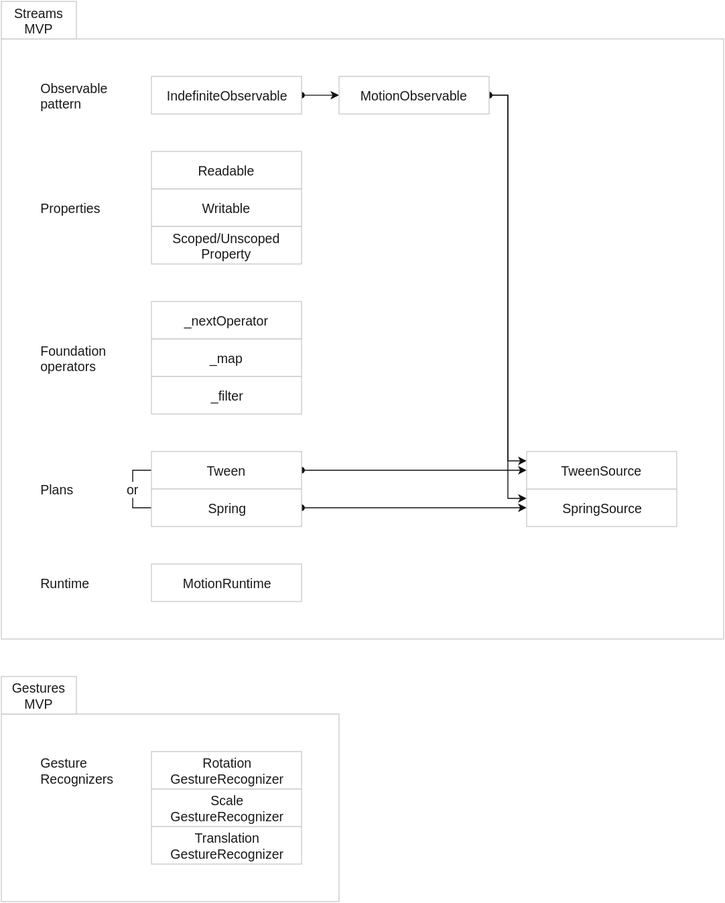
material-motion/material-motion keeps this draw.io diagram as assets/tech-tree-features.svg. Above is the earlier version. Source tidied: cells renumbered, new cells last; positions are measured from the earlier drawing's top-left corner, leaving out a move shared by most shapes.
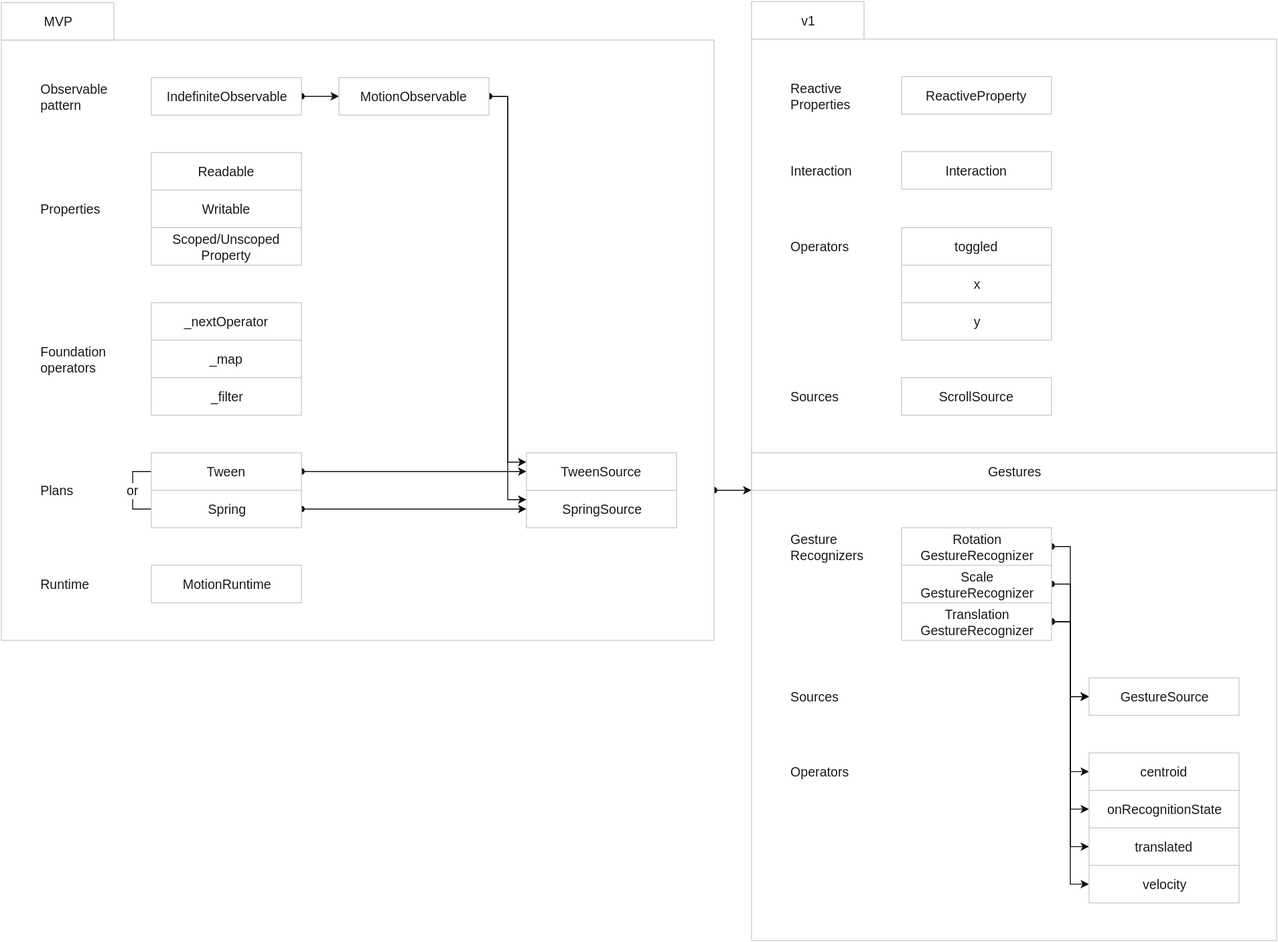
The same diagram one commit later.

Commit message:
Tech tree.

Diff of the diagram source:
```diff
@@ -1,9 +1,15 @@
-<mxGraphModel background="#ffffff">
+<mxGraphModel>
   <root>
     <mxCell id="0" />
     <mxCell id="1" parent="0" />
+    <mxCell id="34" style="whiteSpace=wrap;html=1;labelBackgroundColor=none;strokeColor=#CCCCCC;strokeWidth=1;fillColor=#FFFFFF;gradientColor=none;fontFamily=Helvetica;fontSize=14;fontColor=#1A1A1A;align=center;" parent="1" vertex="1">
+      <mxGeometry x="800" y="39" width="560" height="961" as="geometry" />
+    </mxCell>
+    <mxCell id="35" style="edgeStyle=orthogonalEdgeStyle;rounded=0;html=1;exitX=1;exitY=0.75;entryX=0;entryY=0.5;labelBackgroundColor=#FFFFFF;startArrow=oval;startFill=1;endArrow=classic;endFill=1;jettySize=auto;strokeColor=#111;strokeWidth=1;fillColor=#ffffff;fontFamily=Helvetica;fontSize=14;fontColor=#1A1A1A;" parent="1" edge="1" source="2" target="34">
+      <mxGeometry relative="1" as="geometry" />
+    </mxCell>
     <mxCell id="2" style="whiteSpace=wrap;html=1;labelBackgroundColor=none;strokeColor=#CCCCCC;strokeWidth=1;fillColor=#FFFFFF;gradientColor=none;fontFamily=Helvetica;fontSize=14;fontColor=#1A1A1A;align=center;" parent="1" vertex="1">
-      <mxGeometry y="40" width="770" height="640" as="geometry" />
+      <mxGeometry y="40" width="760" height="640" as="geometry" />
     </mxCell>
     <mxCell id="3" style="edgeStyle=orthogonalEdgeStyle;rounded=0;html=1;exitX=1;exitY=0.5;entryX=0;entryY=0.5;labelBackgroundColor=#FFFFFF;startArrow=oval;startFill=1;endArrow=classic;endFill=1;jettySize=auto;strokeColor=#111;strokeWidth=1;fillColor=#ffffff;fontFamily=Helvetica;fontSize=14;fontColor=#1A1A1A;" parent="1" edge="1" source="4" target="7">
       <mxGeometry relative="1" as="geometry" />
@@ -77,26 +83,98 @@
     <mxCell id="26" value="Runtime" style="text;html=1;strokeColor=none;fillColor=none;align=left;verticalAlign=middle;whiteSpace=wrap;labelBackgroundColor=none;fontFamily=Helvetica;fontSize=14;fontColor=#1A1A1A;" parent="1" vertex="1">
       <mxGeometry x="40" y="600" width="80" height="40" as="geometry" />
     </mxCell>
-    <mxCell id="27" value="&lt;span&gt;Streams MVP&lt;/span&gt;" style="whiteSpace=wrap;html=1;labelBackgroundColor=none;strokeColor=#CCCCCC;strokeWidth=1;fillColor=#FFFFFF;gradientColor=none;fontFamily=Helvetica;fontSize=14;fontColor=#1A1A1A;align=center;" parent="1" vertex="1">
-      <mxGeometry width="80" height="40" as="geometry" />
+    <mxCell id="27" value="&lt;span&gt;MVP&lt;/span&gt;" style="whiteSpace=wrap;html=1;labelBackgroundColor=none;strokeColor=#CCCCCC;strokeWidth=1;fillColor=#FFFFFF;gradientColor=none;fontFamily=Helvetica;fontSize=14;fontColor=#1A1A1A;align=center;" parent="1" vertex="1">
+      <mxGeometry width="120" height="40" as="geometry" />
     </mxCell>
-    <mxCell id="28" style="whiteSpace=wrap;html=1;labelBackgroundColor=none;strokeColor=#CCCCCC;strokeWidth=1;fillColor=#FFFFFF;gradientColor=none;fontFamily=Helvetica;fontSize=14;fontColor=#1A1A1A;align=center;" parent="1" vertex="1">
-      <mxGeometry y="760" width="360" height="200" as="geometry" />
-    </mxCell>
+    <mxCell id="36" value="ReactiveProperty" style="whiteSpace=wrap;html=1;labelBackgroundColor=none;strokeColor=#CCCCCC;strokeWidth=1;fillColor=#FFFFFF;gradientColor=none;fontFamily=Helvetica;fontSize=14;fontColor=#1A1A1A;align=center;" parent="1" vertex="1">
+      <mxGeometry x="960" y="79" width="160" height="40" as="geometry" />
+    </mxCell>
+    <mxCell id="37" value="Reactive Properties" style="text;html=1;strokeColor=none;fillColor=none;align=left;verticalAlign=middle;whiteSpace=wrap;labelBackgroundColor=none;fontFamily=Helvetica;fontSize=14;fontColor=#1A1A1A;" parent="1" vertex="1">
+      <mxGeometry x="840" y="79" width="80" height="40" as="geometry" />
+    </mxCell>
+    <mxCell id="38" value="&lt;span&gt;v1&lt;/span&gt;" style="whiteSpace=wrap;html=1;labelBackgroundColor=none;strokeColor=#CCCCCC;strokeWidth=1;fillColor=#FFFFFF;gradientColor=none;fontFamily=Helvetica;fontSize=14;fontColor=#1A1A1A;align=center;" parent="1" vertex="1">
+      <mxGeometry x="800" y="-1" width="120" height="40" as="geometry" />
+    </mxCell>
+    <mxCell id="39" value="Interaction" style="whiteSpace=wrap;html=1;labelBackgroundColor=none;strokeColor=#CCCCCC;strokeWidth=1;fillColor=#FFFFFF;gradientColor=none;fontFamily=Helvetica;fontSize=14;fontColor=#1A1A1A;align=center;" parent="1" vertex="1">
+      <mxGeometry x="960" y="159" width="160" height="40" as="geometry" />
+    </mxCell>
+    <mxCell id="40" value="Interaction" style="text;html=1;strokeColor=none;fillColor=none;align=left;verticalAlign=middle;whiteSpace=wrap;labelBackgroundColor=none;fontFamily=Helvetica;fontSize=14;fontColor=#1A1A1A;" parent="1" vertex="1">
+      <mxGeometry x="840" y="159" width="80" height="40" as="geometry" />
+    </mxCell>
+    <mxCell id="41" value="toggled" style="whiteSpace=wrap;html=1;labelBackgroundColor=none;strokeColor=#CCCCCC;strokeWidth=1;fillColor=#FFFFFF;gradientColor=none;fontFamily=Helvetica;fontSize=14;fontColor=#1A1A1A;align=center;" parent="1" vertex="1">
+      <mxGeometry x="960" y="240" width="160" height="40" as="geometry" />
+    </mxCell>
+    <mxCell id="42" value="x" style="whiteSpace=wrap;html=1;labelBackgroundColor=none;strokeColor=#CCCCCC;strokeWidth=1;fillColor=#FFFFFF;gradientColor=none;fontFamily=Helvetica;fontSize=14;fontColor=#1A1A1A;align=center;" parent="1" vertex="1">
+      <mxGeometry x="960" y="280" width="160" height="40" as="geometry" />
+    </mxCell>
+    <mxCell id="43" value="y" style="whiteSpace=wrap;html=1;labelBackgroundColor=none;strokeColor=#CCCCCC;strokeWidth=1;fillColor=#FFFFFF;gradientColor=none;fontFamily=Helvetica;fontSize=14;fontColor=#1A1A1A;align=center;" parent="1" vertex="1">
+      <mxGeometry x="960" y="320" width="160" height="40" as="geometry" />
+    </mxCell>
+    <mxCell id="44" value="Operators" style="text;html=1;strokeColor=none;fillColor=none;align=left;verticalAlign=middle;whiteSpace=wrap;labelBackgroundColor=none;fontFamily=Helvetica;fontSize=14;fontColor=#1A1A1A;" parent="1" vertex="1">
+      <mxGeometry x="840" y="240" width="80" height="40" as="geometry" />
+    </mxCell>
+    <mxCell id="45" style="edgeStyle=orthogonalEdgeStyle;rounded=0;html=1;exitX=1;exitY=0.5;entryX=0;entryY=0.5;labelBackgroundColor=#FFFFFF;startArrow=oval;startFill=1;endArrow=classic;endFill=1;jettySize=auto;strokeColor=#111;strokeWidth=1;fillColor=#ffffff;fontFamily=Helvetica;fontSize=14;fontColor=#1A1A1A;" parent="1" edge="1" source="29" target="57">
+      <mxGeometry x="1000" y="737" as="geometry" />
+    </mxCell>
     <mxCell id="29" value="Rotation&lt;div&gt;GestureRecognizer&lt;/div&gt;" style="whiteSpace=wrap;html=1;labelBackgroundColor=none;strokeColor=#CCCCCC;strokeWidth=1;fillColor=#FFFFFF;gradientColor=none;fontFamily=Helvetica;fontSize=14;fontColor=#1A1A1A;align=center;" parent="1" vertex="1">
-      <mxGeometry x="160" y="800" width="160" height="40" as="geometry" />
+      <mxGeometry x="960" y="560" width="160" height="40" as="geometry" />
     </mxCell>
     <mxCell id="30" value="Gesture Recognizers" style="text;html=1;strokeColor=none;fillColor=none;align=left;verticalAlign=middle;whiteSpace=wrap;labelBackgroundColor=none;fontFamily=Helvetica;fontSize=14;fontColor=#1A1A1A;" parent="1" vertex="1">
-      <mxGeometry x="40" y="800" width="80" height="40" as="geometry" />
+      <mxGeometry x="840" y="560" width="80" height="40" as="geometry" />
     </mxCell>
-    <mxCell id="31" value="Gestures MVP" style="whiteSpace=wrap;html=1;labelBackgroundColor=none;strokeColor=#CCCCCC;strokeWidth=1;fillColor=#FFFFFF;gradientColor=none;fontFamily=Helvetica;fontSize=14;fontColor=#1A1A1A;align=center;" parent="1" vertex="1">
-      <mxGeometry y="720" width="80" height="40" as="geometry" />
-    </mxCell>
+    <mxCell id="46" style="edgeStyle=orthogonalEdgeStyle;rounded=0;html=1;exitX=1;exitY=0.5;entryX=0;entryY=0.5;labelBackgroundColor=#FFFFFF;startArrow=oval;startFill=1;endArrow=classic;endFill=1;jettySize=auto;strokeColor=#111;strokeWidth=1;fillColor=#ffffff;fontFamily=Helvetica;fontSize=14;fontColor=#1A1A1A;" parent="1" edge="1" source="32" target="57">
+      <mxGeometry x="1000" y="777" as="geometry" />
+    </mxCell>
     <mxCell id="32" value="Scale&lt;div&gt;GestureRecognizer&lt;/div&gt;" style="whiteSpace=wrap;html=1;labelBackgroundColor=none;strokeColor=#CCCCCC;strokeWidth=1;fillColor=#FFFFFF;gradientColor=none;fontFamily=Helvetica;fontSize=14;fontColor=#1A1A1A;align=center;" parent="1" vertex="1">
-      <mxGeometry x="160" y="840" width="160" height="40" as="geometry" />
+      <mxGeometry x="960" y="600" width="160" height="40" as="geometry" />
     </mxCell>
+    <mxCell id="47" style="edgeStyle=orthogonalEdgeStyle;rounded=0;html=1;exitX=1;exitY=0.5;entryX=0;entryY=0.5;labelBackgroundColor=#FFFFFF;startArrow=oval;startFill=1;endArrow=classic;endFill=1;jettySize=auto;strokeColor=#111;strokeWidth=1;fillColor=#ffffff;fontFamily=Helvetica;fontSize=14;fontColor=#1A1A1A;" parent="1" edge="1" source="33" target="57">
+      <mxGeometry x="1000" y="817" as="geometry" />
+    </mxCell>
+    <mxCell id="48" style="edgeStyle=orthogonalEdgeStyle;rounded=0;html=1;exitX=1;exitY=0.5;entryX=0;entryY=0.5;labelBackgroundColor=#FFFFFF;startArrow=oval;startFill=1;endArrow=classic;endFill=1;jettySize=auto;strokeColor=#111;strokeWidth=1;fillColor=#ffffff;fontFamily=Helvetica;fontSize=14;fontColor=#1A1A1A;" parent="1" edge="1" source="33" target="52">
+      <mxGeometry x="1000" y="817" as="geometry" />
+    </mxCell>
+    <mxCell id="49" style="edgeStyle=orthogonalEdgeStyle;rounded=0;html=1;exitX=1;exitY=0.5;entryX=0;entryY=0.5;labelBackgroundColor=#FFFFFF;startArrow=oval;startFill=1;endArrow=classic;endFill=1;jettySize=auto;strokeColor=#111;strokeWidth=1;fillColor=#ffffff;fontFamily=Helvetica;fontSize=14;fontColor=#1A1A1A;" parent="1" edge="1" source="33" target="53">
+      <mxGeometry x="1000" y="817" as="geometry" />
+    </mxCell>
+    <mxCell id="50" style="edgeStyle=orthogonalEdgeStyle;rounded=0;html=1;exitX=1;exitY=0.5;entryX=0;entryY=0.5;labelBackgroundColor=#FFFFFF;startArrow=oval;startFill=1;endArrow=classic;endFill=1;jettySize=auto;strokeColor=#111;strokeWidth=1;fillColor=#ffffff;fontFamily=Helvetica;fontSize=14;fontColor=#1A1A1A;" parent="1" edge="1" source="33" target="54">
+      <mxGeometry x="1000" y="817" as="geometry" />
+    </mxCell>
+    <mxCell id="51" style="edgeStyle=orthogonalEdgeStyle;rounded=0;html=1;exitX=1;exitY=0.5;entryX=0;entryY=0.5;labelBackgroundColor=#FFFFFF;startArrow=oval;startFill=1;endArrow=classic;endFill=1;jettySize=auto;strokeColor=#111;strokeWidth=1;fillColor=#ffffff;fontFamily=Helvetica;fontSize=14;fontColor=#1A1A1A;" parent="1" edge="1" source="33" target="55">
+      <mxGeometry x="1000" y="817" as="geometry" />
+    </mxCell>
     <mxCell id="33" value="Translation&lt;div&gt;GestureRecognizer&lt;/div&gt;" style="whiteSpace=wrap;html=1;labelBackgroundColor=none;strokeColor=#CCCCCC;strokeWidth=1;fillColor=#FFFFFF;gradientColor=none;fontFamily=Helvetica;fontSize=14;fontColor=#1A1A1A;align=center;" parent="1" vertex="1">
-      <mxGeometry x="160" y="880" width="160" height="40" as="geometry" />
+      <mxGeometry x="960" y="640" width="160" height="40" as="geometry" />
     </mxCell>
+    <mxCell id="52" value="centroid" style="whiteSpace=wrap;html=1;labelBackgroundColor=none;strokeColor=#CCCCCC;strokeWidth=1;fillColor=#FFFFFF;gradientColor=none;fontFamily=Helvetica;fontSize=14;fontColor=#1A1A1A;align=center;" parent="1" vertex="1">
+      <mxGeometry x="1160" y="800" width="160" height="40" as="geometry" />
+    </mxCell>
+    <mxCell id="53" value="onRecognitionState" style="whiteSpace=wrap;html=1;labelBackgroundColor=none;strokeColor=#CCCCCC;strokeWidth=1;fillColor=#FFFFFF;gradientColor=none;fontFamily=Helvetica;fontSize=14;fontColor=#1A1A1A;align=center;" parent="1" vertex="1">
+      <mxGeometry x="1160" y="840" width="160" height="40" as="geometry" />
+    </mxCell>
+    <mxCell id="54" value="translated" style="whiteSpace=wrap;html=1;labelBackgroundColor=none;strokeColor=#CCCCCC;strokeWidth=1;fillColor=#FFFFFF;gradientColor=none;fontFamily=Helvetica;fontSize=14;fontColor=#1A1A1A;align=center;" parent="1" vertex="1">
+      <mxGeometry x="1160" y="880" width="160" height="40" as="geometry" />
+    </mxCell>
+    <mxCell id="55" value="velocity" style="whiteSpace=wrap;html=1;labelBackgroundColor=none;strokeColor=#CCCCCC;strokeWidth=1;fillColor=#FFFFFF;gradientColor=none;fontFamily=Helvetica;fontSize=14;fontColor=#1A1A1A;align=center;" parent="1" vertex="1">
+      <mxGeometry x="1160" y="920" width="160" height="40" as="geometry" />
+    </mxCell>
+    <mxCell id="56" value="Sources" style="text;html=1;strokeColor=none;fillColor=none;align=left;verticalAlign=middle;whiteSpace=wrap;labelBackgroundColor=none;fontFamily=Helvetica;fontSize=14;fontColor=#1A1A1A;" parent="1" vertex="1">
+      <mxGeometry x="840" y="720" width="80" height="40" as="geometry" />
+    </mxCell>
+    <mxCell id="57" value="GestureSource" style="whiteSpace=wrap;html=1;labelBackgroundColor=none;strokeColor=#CCCCCC;strokeWidth=1;fillColor=#FFFFFF;gradientColor=none;fontFamily=Helvetica;fontSize=14;fontColor=#1A1A1A;align=center;" parent="1" vertex="1">
+      <mxGeometry x="1160" y="720" width="160" height="40" as="geometry" />
+    </mxCell>
+    <mxCell id="58" value="Operators" style="text;html=1;strokeColor=none;fillColor=none;align=left;verticalAlign=middle;whiteSpace=wrap;labelBackgroundColor=none;fontFamily=Helvetica;fontSize=14;fontColor=#1A1A1A;" parent="1" vertex="1">
+      <mxGeometry x="840" y="800" width="80" height="40" as="geometry" />
+    </mxCell>
+    <mxCell id="59" value="Gestures" style="whiteSpace=wrap;html=1;labelBackgroundColor=none;strokeColor=#CCCCCC;strokeWidth=1;fillColor=#FFFFFF;gradientColor=none;fontFamily=Helvetica;fontSize=14;fontColor=#1A1A1A;align=center;" parent="1" vertex="1">
+      <mxGeometry x="800" y="480" width="560" height="40" as="geometry" />
+    </mxCell>
+    <mxCell id="60" value="Sources" style="text;html=1;strokeColor=none;fillColor=none;align=left;verticalAlign=middle;whiteSpace=wrap;labelBackgroundColor=none;fontFamily=Helvetica;fontSize=14;fontColor=#1A1A1A;" parent="1" vertex="1">
+      <mxGeometry x="840" y="400" width="80" height="40" as="geometry" />
+    </mxCell>
+    <mxCell id="61" value="ScrollSource" style="whiteSpace=wrap;html=1;labelBackgroundColor=none;strokeColor=#CCCCCC;strokeWidth=1;fillColor=#FFFFFF;gradientColor=none;fontFamily=Helvetica;fontSize=14;fontColor=#1A1A1A;align=center;" parent="1" vertex="1">
+      <mxGeometry x="960" y="400" width="160" height="40" as="geometry" />
+    </mxCell>
   </root>
 </mxGraphModel>
```
